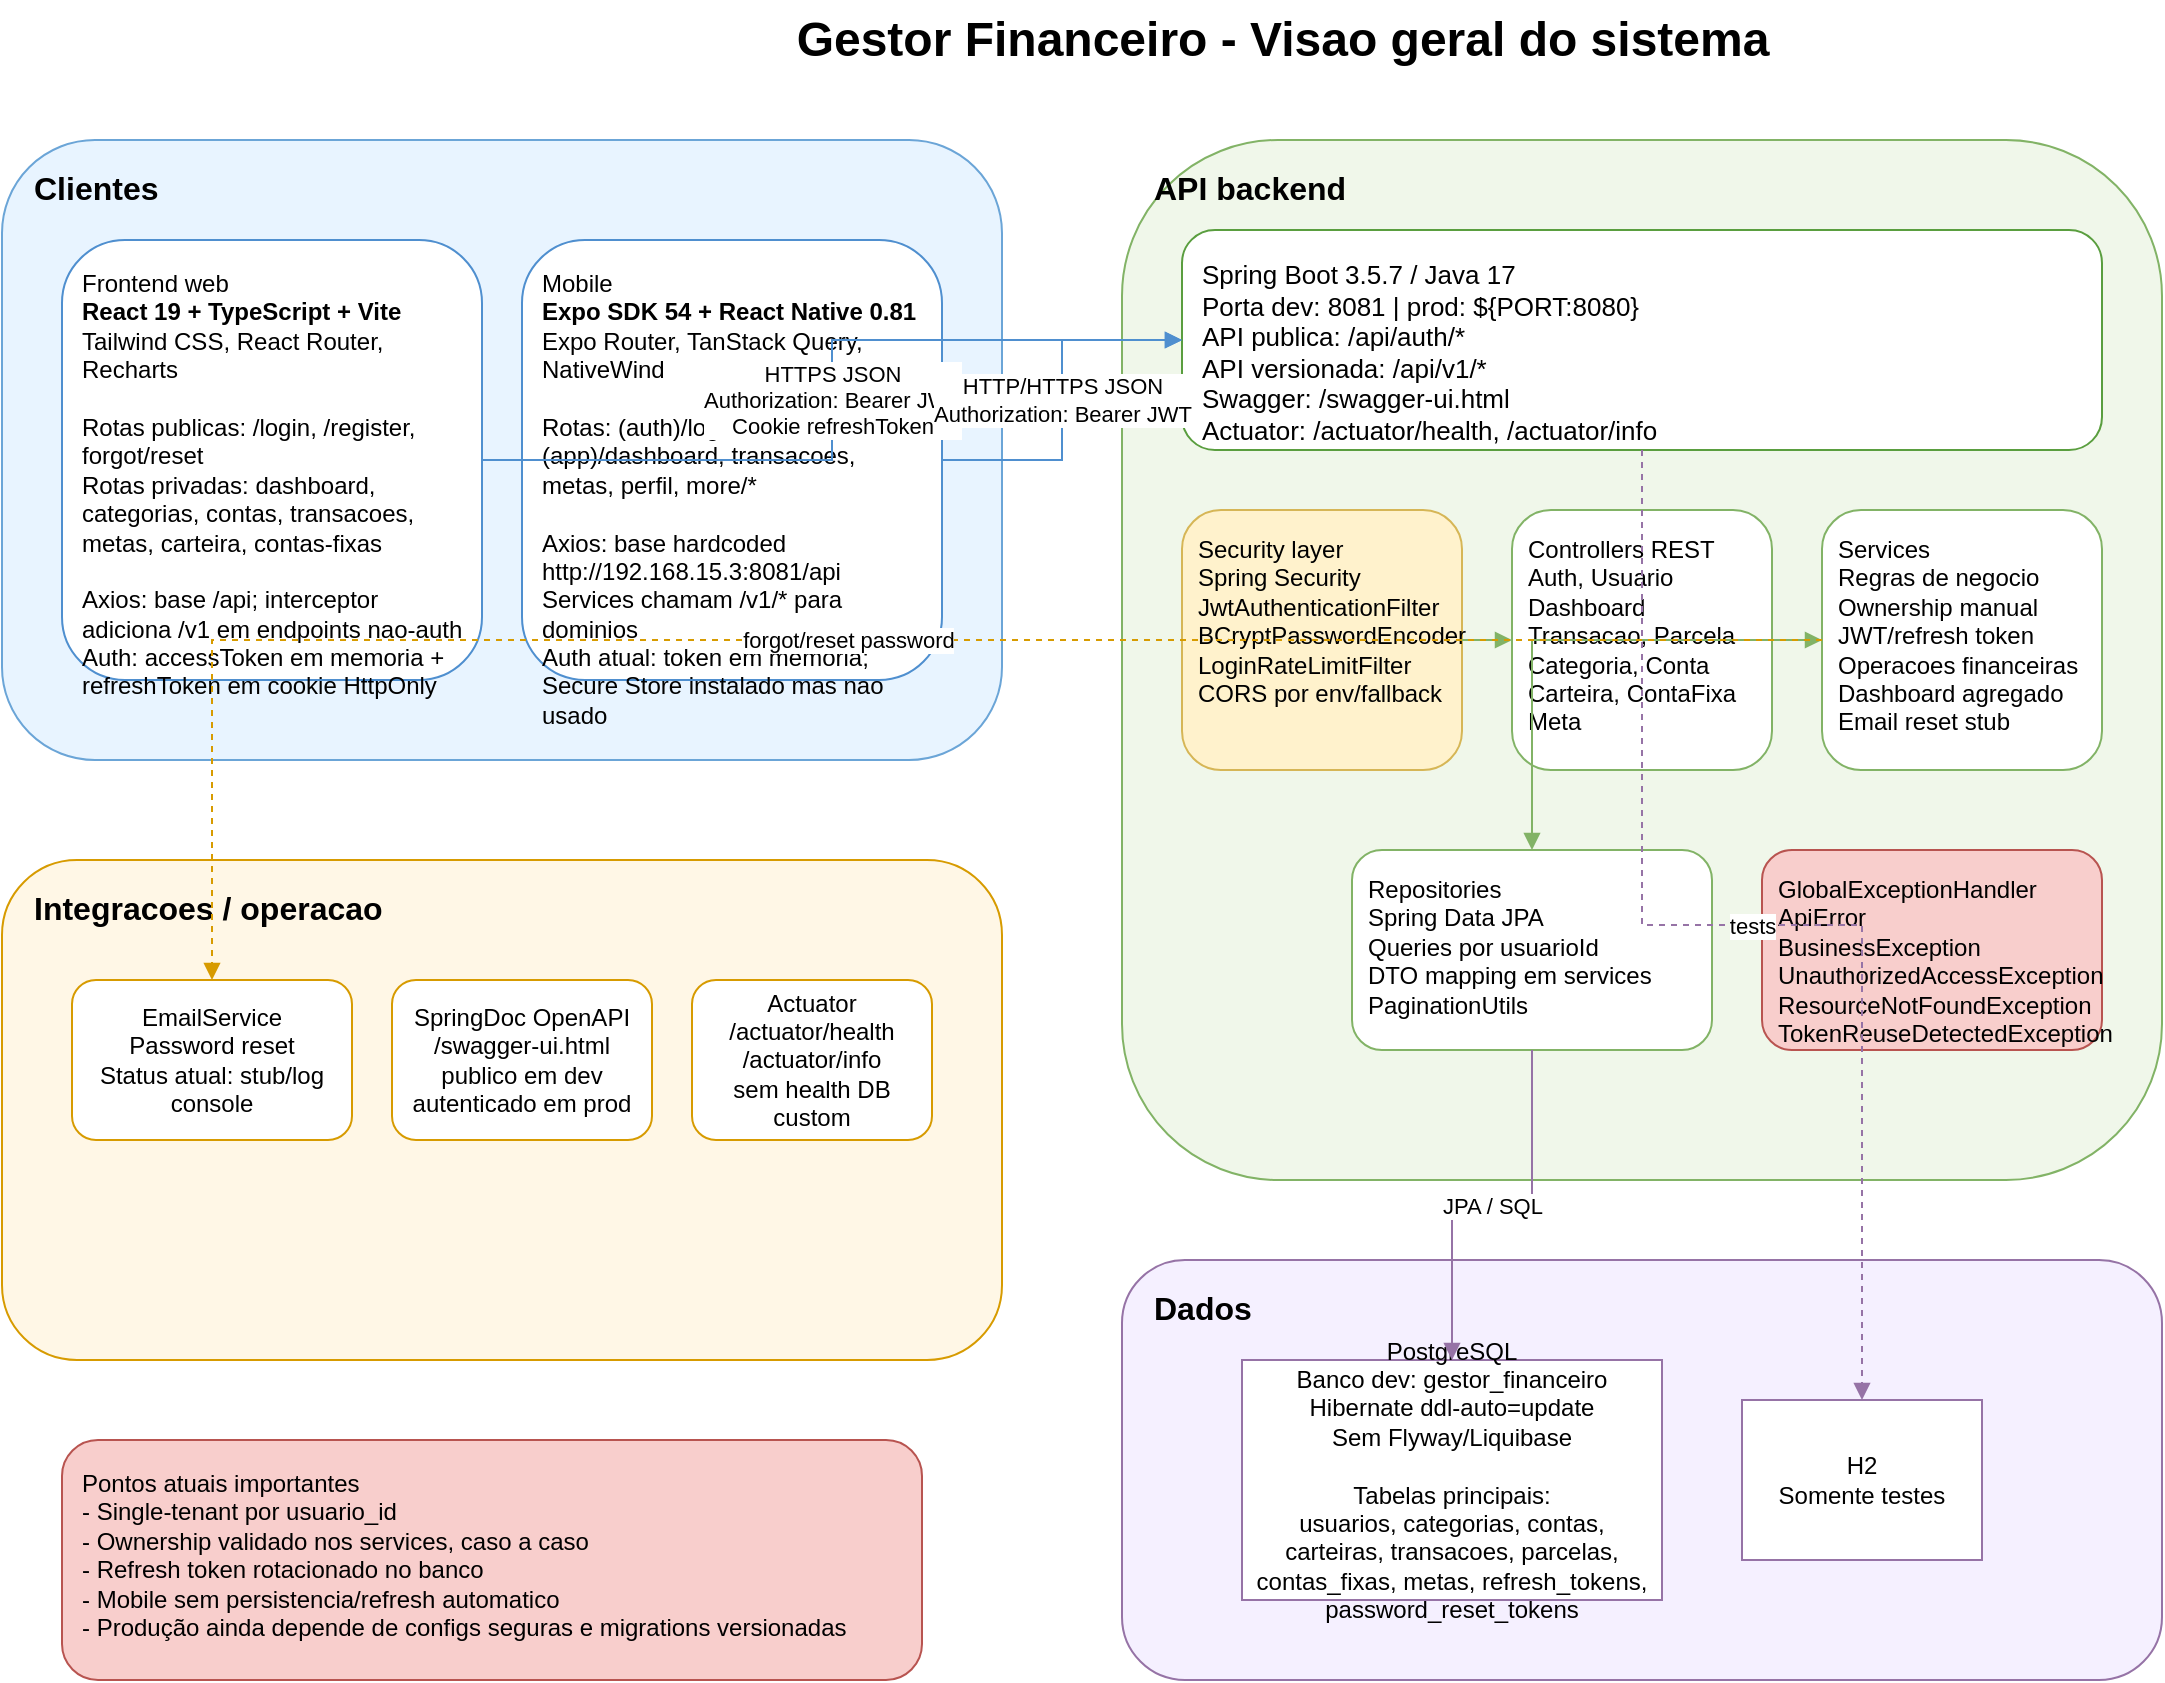
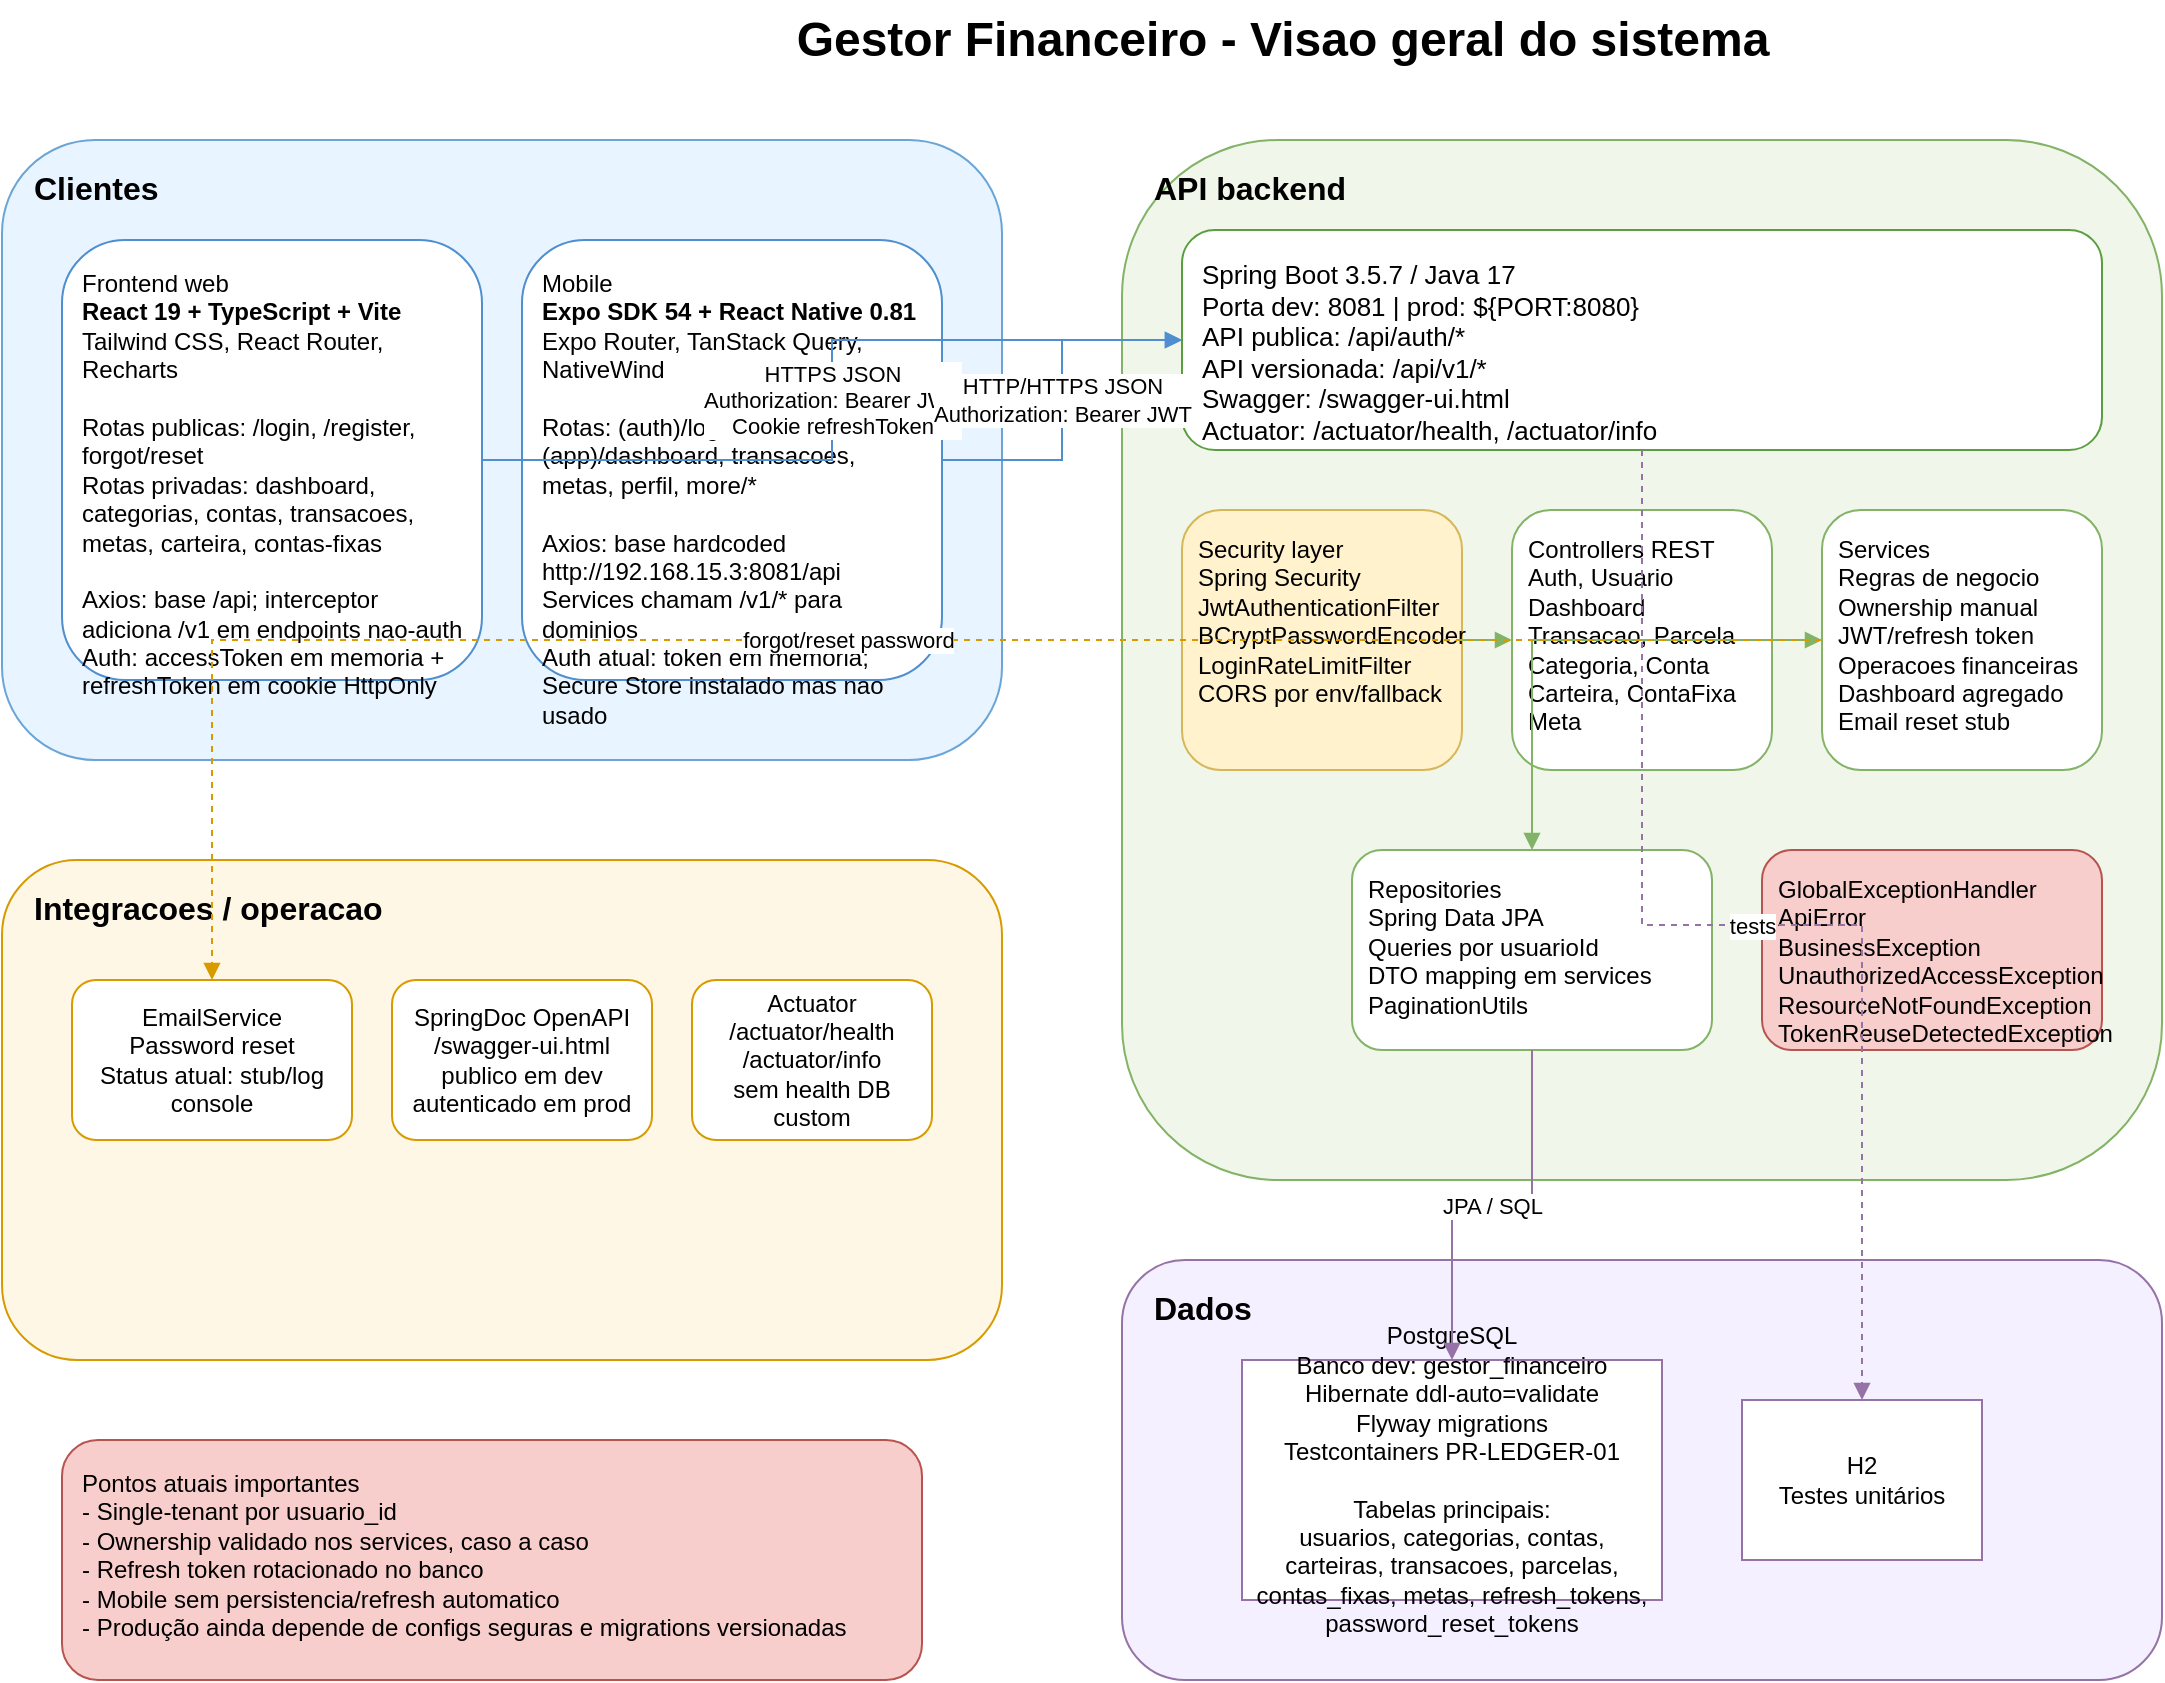
<mxfile host="65bd71144e">
    <diagram id="arquitetura" name="01 Arquitetura">
        <mxGraphModel dx="336" dy="670" grid="1" gridSize="10" guides="1" tooltips="1" connect="1" arrows="1" fold="1" page="1" pageScale="1" pageWidth="1400" pageHeight="1000" math="0" shadow="0">
            <root>
                <mxCell id="0"/>
                <mxCell id="1" parent="0"/>
                <mxCell id="arch-title" value="Gestor Financeiro - Visao geral do sistema" style="text;html=1;strokeColor=none;fillColor=none;fontSize=24;fontStyle=1;align=center;verticalAlign=middle;" parent="1" vertex="1">
                    <mxGeometry x="360" y="20" width="680" height="40" as="geometry"/>
                </mxCell>
                <mxCell id="clients-zone" value="Clientes" style="rounded=1;whiteSpace=wrap;html=1;fillColor=#E8F4FF;strokeColor=#6BA5D7;fontSize=16;fontStyle=1;align=left;verticalAlign=top;spacingLeft=14;spacingTop=8;" parent="1" vertex="1">
                    <mxGeometry x="60" y="90" width="500" height="310" as="geometry"/>
                </mxCell>
                <mxCell id="web" value="Frontend web&lt;br&gt;&lt;b&gt;React 19 + TypeScript + Vite&lt;/b&gt;&lt;br&gt;Tailwind CSS, React Router, Recharts&lt;br&gt;&lt;br&gt;Rotas publicas: /login, /register, forgot/reset&lt;br&gt;Rotas privadas: dashboard, categorias, contas, transacoes, metas, carteira, contas-fixas&lt;br&gt;&lt;br&gt;Axios: base /api; interceptor adiciona /v1 em endpoints nao-auth&lt;br&gt;Auth: accessToken em memoria + refreshToken em cookie HttpOnly" style="rounded=1;whiteSpace=wrap;html=1;fillColor=#FFFFFF;strokeColor=#4F8FCF;fontSize=12;align=left;verticalAlign=top;spacing=10;" parent="1" vertex="1">
                    <mxGeometry x="90" y="140" width="210" height="220" as="geometry"/>
                </mxCell>
                <mxCell id="mobile" value="Mobile&lt;br&gt;&lt;b&gt;Expo SDK 54 + React Native 0.81&lt;/b&gt;&lt;br&gt;Expo Router, TanStack Query, NativeWind&lt;br&gt;&lt;br&gt;Rotas: (auth)/login, (app)/dashboard, transacoes, metas, perfil, more/*&lt;br&gt;&lt;br&gt;Axios: base hardcoded http://192.168.15.3:8081/api&lt;br&gt;Services chamam /v1/* para dominios&lt;br&gt;Auth atual: token em memoria; Secure Store instalado mas nao usado" style="rounded=1;whiteSpace=wrap;html=1;fillColor=#FFFFFF;strokeColor=#4F8FCF;fontSize=12;align=left;verticalAlign=top;spacing=10;" parent="1" vertex="1">
                    <mxGeometry x="320" y="140" width="210" height="220" as="geometry"/>
                </mxCell>
                <mxCell id="api-zone" value="API backend" style="rounded=1;whiteSpace=wrap;html=1;fillColor=#F0F7EA;strokeColor=#82B366;fontSize=16;fontStyle=1;align=left;verticalAlign=top;spacingLeft=14;spacingTop=8;" parent="1" vertex="1">
                    <mxGeometry x="620" y="90" width="520" height="520" as="geometry"/>
                </mxCell>
                <mxCell id="spring" value="Spring Boot 3.5.7 / Java 17&lt;br&gt;Porta dev: 8081 | prod: ${PORT:8080}&lt;br&gt;API publica: /api/auth/*&lt;br&gt;API versionada: /api/v1/*&lt;br&gt;Swagger: /swagger-ui.html&lt;br&gt;Actuator: /actuator/health, /actuator/info" style="rounded=1;whiteSpace=wrap;html=1;fillColor=#FFFFFF;strokeColor=#5A9E3F;fontSize=13;align=left;verticalAlign=top;spacing=10;" parent="1" vertex="1">
                    <mxGeometry x="650" y="135" width="460" height="110" as="geometry"/>
                </mxCell>
                <mxCell id="security" value="Security layer&lt;br&gt;Spring Security&lt;br&gt;JwtAuthenticationFilter&lt;br&gt;BCryptPasswordEncoder&lt;br&gt;LoginRateLimitFilter&lt;br&gt;CORS por env/fallback" style="rounded=1;whiteSpace=wrap;html=1;fillColor=#FFF2CC;strokeColor=#D6B656;fontSize=12;align=left;verticalAlign=top;spacing=8;" parent="1" vertex="1">
                    <mxGeometry x="650" y="275" width="140" height="130" as="geometry"/>
                </mxCell>
                <mxCell id="controllers" value="Controllers REST&lt;br&gt;Auth, Usuario&lt;br&gt;Dashboard&lt;br&gt;Transacao, Parcela&lt;br&gt;Categoria, Conta&lt;br&gt;Carteira, ContaFixa&lt;br&gt;Meta" style="rounded=1;whiteSpace=wrap;html=1;fillColor=#FFFFFF;strokeColor=#82B366;fontSize=12;align=left;verticalAlign=top;spacing=8;" parent="1" vertex="1">
                    <mxGeometry x="815" y="275" width="130" height="130" as="geometry"/>
                </mxCell>
                <mxCell id="services" value="Services&lt;br&gt;Regras de negocio&lt;br&gt;Ownership manual&lt;br&gt;JWT/refresh token&lt;br&gt;Operacoes financeiras&lt;br&gt;Dashboard agregado&lt;br&gt;Email reset stub" style="rounded=1;whiteSpace=wrap;html=1;fillColor=#FFFFFF;strokeColor=#82B366;fontSize=12;align=left;verticalAlign=top;spacing=8;" parent="1" vertex="1">
                    <mxGeometry x="970" y="275" width="140" height="130" as="geometry"/>
                </mxCell>
                <mxCell id="repos" value="Repositories&lt;br&gt;Spring Data JPA&lt;br&gt;Queries por usuarioId&lt;br&gt;DTO mapping em services&lt;br&gt;PaginationUtils" style="rounded=1;whiteSpace=wrap;html=1;fillColor=#FFFFFF;strokeColor=#82B366;fontSize=12;align=left;verticalAlign=top;spacing=8;" parent="1" vertex="1">
                    <mxGeometry x="735" y="445" width="180" height="100" as="geometry"/>
                </mxCell>
                <mxCell id="exceptions" value="GlobalExceptionHandler&lt;br&gt;ApiError&lt;br&gt;BusinessException&lt;br&gt;UnauthorizedAccessException&lt;br&gt;ResourceNotFoundException&lt;br&gt;TokenReuseDetectedException" style="rounded=1;whiteSpace=wrap;html=1;fillColor=#F8CECC;strokeColor=#B85450;fontSize=12;align=left;verticalAlign=top;spacing=8;" parent="1" vertex="1">
                    <mxGeometry x="940" y="445" width="170" height="100" as="geometry"/>
                </mxCell>
                <mxCell id="db-zone" value="Dados" style="rounded=1;whiteSpace=wrap;html=1;fillColor=#F5F0FF;strokeColor=#9673A6;fontSize=16;fontStyle=1;align=left;verticalAlign=top;spacingLeft=14;spacingTop=8;" parent="1" vertex="1">
                    <mxGeometry x="620" y="650" width="520" height="210" as="geometry"/>
                </mxCell>
-                 <mxCell id="postgres" value="PostgreSQL&lt;br&gt;Banco dev: gestor_financeiro&lt;br&gt;Hibernate ddl-auto=update&lt;br&gt;Sem Flyway/Liquibase&lt;br&gt;&lt;br&gt;Tabelas principais:&lt;br&gt;usuarios, categorias, contas, carteiras, transacoes, parcelas, contas_fixas, metas, refresh_tokens, password_reset_tokens" style="shape=cylinder3d;whiteSpace=wrap;html=1;boundedLbl=1;backgroundOutline=1;size=15;fillColor=#FFFFFF;strokeColor=#9673A6;fontSize=12;align=center;verticalAlign=middle;spacing=8;" parent="1" vertex="1">
+                 <mxCell id="postgres" value="PostgreSQL&lt;br&gt;Banco dev: gestor_financeiro&lt;br&gt;Hibernate ddl-auto=validate&lt;br&gt;Flyway migrations&lt;br&gt;Testcontainers PR-LEDGER-01&lt;br&gt;&lt;br&gt;Tabelas principais:&lt;br&gt;usuarios, categorias, contas, carteiras, transacoes, parcelas, contas_fixas, metas, refresh_tokens, password_reset_tokens" style="shape=cylinder3d;whiteSpace=wrap;html=1;boundedLbl=1;backgroundOutline=1;size=15;fillColor=#FFFFFF;strokeColor=#9673A6;fontSize=12;align=center;verticalAlign=middle;spacing=8;" parent="1" vertex="1">
                    <mxGeometry x="680" y="700" width="210" height="120" as="geometry"/>
                </mxCell>
-                 <mxCell id="h2" value="H2&lt;br&gt;Somente testes" style="shape=cylinder3d;whiteSpace=wrap;html=1;boundedLbl=1;backgroundOutline=1;size=15;fillColor=#FFFFFF;strokeColor=#9673A6;fontSize=12;align=center;verticalAlign=middle;spacing=8;" parent="1" vertex="1">
+                 <mxCell id="h2" value="H2&lt;br&gt;Testes unitários" style="shape=cylinder3d;whiteSpace=wrap;html=1;boundedLbl=1;backgroundOutline=1;size=15;fillColor=#FFFFFF;strokeColor=#9673A6;fontSize=12;align=center;verticalAlign=middle;spacing=8;" parent="1" vertex="1">
                    <mxGeometry x="930" y="720" width="120" height="80" as="geometry"/>
                </mxCell>
                <mxCell id="external-zone" value="Integracoes / operacao" style="rounded=1;whiteSpace=wrap;html=1;fillColor=#FFF7E6;strokeColor=#D79B00;fontSize=16;fontStyle=1;align=left;verticalAlign=top;spacingLeft=14;spacingTop=8;" parent="1" vertex="1">
                    <mxGeometry x="60" y="450" width="500" height="250" as="geometry"/>
                </mxCell>
                <mxCell id="email" value="EmailService&lt;br&gt;Password reset&lt;br&gt;Status atual: stub/log console" style="rounded=1;whiteSpace=wrap;html=1;fillColor=#FFFFFF;strokeColor=#D79B00;fontSize=12;align=center;verticalAlign=middle;" parent="1" vertex="1">
                    <mxGeometry x="95" y="510" width="140" height="80" as="geometry"/>
                </mxCell>
                <mxCell id="openapi" value="SpringDoc OpenAPI&lt;br&gt;/swagger-ui.html&lt;br&gt;publico em dev&lt;br&gt;autenticado em prod" style="rounded=1;whiteSpace=wrap;html=1;fillColor=#FFFFFF;strokeColor=#D79B00;fontSize=12;align=center;verticalAlign=middle;" parent="1" vertex="1">
                    <mxGeometry x="255" y="510" width="130" height="80" as="geometry"/>
                </mxCell>
                <mxCell id="actuator" value="Actuator&lt;br&gt;/actuator/health&lt;br&gt;/actuator/info&lt;br&gt;sem health DB custom" style="rounded=1;whiteSpace=wrap;html=1;fillColor=#FFFFFF;strokeColor=#D79B00;fontSize=12;align=center;verticalAlign=middle;" parent="1" vertex="1">
                    <mxGeometry x="405" y="510" width="120" height="80" as="geometry"/>
                </mxCell>
                <mxCell id="notes" value="Pontos atuais importantes&lt;br&gt;- Single-tenant por usuario_id&lt;br&gt;- Ownership validado nos services, caso a caso&lt;br&gt;- Refresh token rotacionado no banco&lt;br&gt;- Mobile sem persistencia/refresh automatico&lt;br&gt;- Produção ainda depende de configs seguras e migrations versionadas" style="rounded=1;whiteSpace=wrap;html=1;fillColor=#F8CECC;strokeColor=#B85450;fontSize=12;align=left;verticalAlign=top;spacing=10;" parent="1" vertex="1">
                    <mxGeometry x="90" y="740" width="430" height="120" as="geometry"/>
                </mxCell>
                <mxCell id="edge-web-api" value="HTTPS JSON&lt;br&gt;Authorization: Bearer JWT&lt;br&gt;Cookie refreshToken" style="edgeStyle=orthogonalEdgeStyle;rounded=0;orthogonalLoop=1;jettySize=auto;html=1;endArrow=block;strokeColor=#4F8FCF;fontSize=11;" parent="1" source="web" target="spring" edge="1">
                    <mxGeometry relative="1" as="geometry"/>
                </mxCell>
                <mxCell id="edge-mobile-api" value="HTTP/HTTPS JSON&lt;br&gt;Authorization: Bearer JWT" style="edgeStyle=orthogonalEdgeStyle;rounded=0;orthogonalLoop=1;jettySize=auto;html=1;endArrow=block;strokeColor=#4F8FCF;fontSize=11;" parent="1" source="mobile" target="spring" edge="1">
                    <mxGeometry relative="1" as="geometry"/>
                </mxCell>
                <mxCell id="edge-sec-ctrl" value="" style="edgeStyle=orthogonalEdgeStyle;rounded=0;orthogonalLoop=1;jettySize=auto;html=1;endArrow=block;strokeColor=#82B366;" parent="1" source="security" target="controllers" edge="1">
                    <mxGeometry relative="1" as="geometry"/>
                </mxCell>
                <mxCell id="edge-ctrl-svc" value="" style="edgeStyle=orthogonalEdgeStyle;rounded=0;orthogonalLoop=1;jettySize=auto;html=1;endArrow=block;strokeColor=#82B366;" parent="1" source="controllers" target="services" edge="1">
                    <mxGeometry relative="1" as="geometry"/>
                </mxCell>
                <mxCell id="edge-svc-repo" value="" style="edgeStyle=orthogonalEdgeStyle;rounded=0;orthogonalLoop=1;jettySize=auto;html=1;endArrow=block;strokeColor=#82B366;" parent="1" source="services" target="repos" edge="1">
                    <mxGeometry relative="1" as="geometry"/>
                </mxCell>
                <mxCell id="edge-repo-db" value="JPA / SQL" style="edgeStyle=orthogonalEdgeStyle;rounded=0;orthogonalLoop=1;jettySize=auto;html=1;endArrow=block;strokeColor=#9673A6;fontSize=11;" parent="1" source="repos" target="postgres" edge="1">
                    <mxGeometry relative="1" as="geometry"/>
                </mxCell>
                <mxCell id="edge-tests-h2" value="tests" style="edgeStyle=orthogonalEdgeStyle;rounded=0;orthogonalLoop=1;jettySize=auto;html=1;endArrow=block;strokeColor=#9673A6;fontSize=11;dashed=1;" parent="1" source="spring" target="h2" edge="1">
                    <mxGeometry relative="1" as="geometry"/>
                </mxCell>
                <mxCell id="edge-email" value="forgot/reset password" style="edgeStyle=orthogonalEdgeStyle;rounded=0;orthogonalLoop=1;jettySize=auto;html=1;endArrow=block;strokeColor=#D79B00;fontSize=11;dashed=1;" parent="1" source="services" target="email" edge="1">
                    <mxGeometry relative="1" as="geometry"/>
                </mxCell>
            </root>
        </mxGraphModel>
    </diagram>
    <diagram id="auth-flow" name="02 Auth flow">
        <mxGraphModel dx="876" dy="670" grid="1" gridSize="10" guides="1" tooltips="1" connect="1" arrows="1" fold="1" page="1" pageScale="1" pageWidth="1400" pageHeight="1000" math="0" shadow="0">
            <root>
                <mxCell id="0"/>
                <mxCell id="1" parent="0"/>
                <mxCell id="auth-title" value="Fluxo de autenticacao e sessao" style="text;html=1;strokeColor=none;fillColor=none;fontSize=24;fontStyle=1;align=center;verticalAlign=middle;" parent="1" vertex="1">
                    <mxGeometry x="360" y="20" width="680" height="40" as="geometry"/>
                </mxCell>
                <mxCell id="a-user" value="Usuario&lt;br&gt;email + senha" style="rounded=1;whiteSpace=wrap;html=1;fillColor=#E8F4FF;strokeColor=#4F8FCF;fontSize=13;align=center;verticalAlign=middle;" parent="1" vertex="1">
                    <mxGeometry x="70" y="130" width="140" height="70" as="geometry"/>
                </mxCell>
                <mxCell id="a-login" value="POST /api/auth/login" style="rounded=1;whiteSpace=wrap;html=1;fillColor=#FFFFFF;strokeColor=#4F8FCF;fontSize=13;align=center;verticalAlign=middle;" parent="1" vertex="1">
                    <mxGeometry x="260" y="130" width="170" height="70" as="geometry"/>
                </mxCell>
                <mxCell id="a-rate" value="LoginRateLimitFilter&lt;br&gt;5/min/IP&lt;br&gt;forgot-password: 3/min/IP" style="rounded=1;whiteSpace=wrap;html=1;fillColor=#FFF2CC;strokeColor=#D6B656;fontSize=12;align=center;verticalAlign=middle;" parent="1" vertex="1">
                    <mxGeometry x="480" y="120" width="170" height="90" as="geometry"/>
                </mxCell>
                <mxCell id="a-controller" value="AuthController.login()" style="rounded=1;whiteSpace=wrap;html=1;fillColor=#FFFFFF;strokeColor=#82B366;fontSize=13;align=center;verticalAlign=middle;" parent="1" vertex="1">
                    <mxGeometry x="700" y="130" width="170" height="70" as="geometry"/>
                </mxCell>
                <mxCell id="a-authmgr" value="AuthenticationManager&lt;br&gt;CustomUserDetailsService&lt;br&gt;BCryptPasswordEncoder" style="rounded=1;whiteSpace=wrap;html=1;fillColor=#F0F7EA;strokeColor=#82B366;fontSize=12;align=center;verticalAlign=middle;" parent="1" vertex="1">
                    <mxGeometry x="920" y="120" width="190" height="90" as="geometry"/>
                </mxCell>
                <mxCell id="a-decision" value="Credenciais OK?" style="rhombus;whiteSpace=wrap;html=1;fillColor=#FFF2CC;strokeColor=#D6B656;fontSize=12;align=center;verticalAlign=middle;" parent="1" vertex="1">
                    <mxGeometry x="1160" y="125" width="120" height="80" as="geometry"/>
                </mxCell>
                <mxCell id="a-error" value="401&lt;br&gt;Mensagem generica&lt;br&gt;Email ou senha incorretos" style="rounded=1;whiteSpace=wrap;html=1;fillColor=#F8CECC;strokeColor=#B85450;fontSize=12;align=center;verticalAlign=middle;" parent="1" vertex="1">
                    <mxGeometry x="1125" y="250" width="190" height="80" as="geometry"/>
                </mxCell>
                <mxCell id="a-jwt" value="JwtUtil.generateToken()&lt;br&gt;HS256&lt;br&gt;expiracao: 15 min&lt;br&gt;subject: email" style="rounded=1;whiteSpace=wrap;html=1;fillColor=#FFFFFF;strokeColor=#82B366;fontSize=12;align=center;verticalAlign=middle;" parent="1" vertex="1">
                    <mxGeometry x="80" y="330" width="180" height="90" as="geometry"/>
                </mxCell>
                <mxCell id="a-refresh" value="RefreshTokenService.criarRefreshToken()&lt;br&gt;UUID v4&lt;br&gt;validade: 7 dias&lt;br&gt;revogado=false" style="rounded=1;whiteSpace=wrap;html=1;fillColor=#FFFFFF;strokeColor=#82B366;fontSize=12;align=center;verticalAlign=middle;" parent="1" vertex="1">
                    <mxGeometry x="320" y="330" width="210" height="90" as="geometry"/>
                </mxCell>
                <mxCell id="a-db" value="refresh_tokens&lt;br&gt;usuario_id&lt;br&gt;token unique&lt;br&gt;data_expiracao&lt;br&gt;data_criacao&lt;br&gt;revogado" style="shape=cylinder3d;whiteSpace=wrap;html=1;boundedLbl=1;backgroundOutline=1;size=15;fillColor=#F5F0FF;strokeColor=#9673A6;fontSize=12;align=center;verticalAlign=middle;" parent="1" vertex="1">
                    <mxGeometry x="590" y="325" width="150" height="100" as="geometry"/>
                </mxCell>
                <mxCell id="a-response" value="HTTP 200&lt;br&gt;Body: { accessToken, usuario }&lt;br&gt;Set-Cookie: refreshToken&lt;br&gt;HttpOnly, SameSite=Lax&lt;br&gt;Path=/api/auth&lt;br&gt;Secure em prod" style="rounded=1;whiteSpace=wrap;html=1;fillColor=#E8F4FF;strokeColor=#4F8FCF;fontSize=12;align=center;verticalAlign=middle;" parent="1" vertex="1">
                    <mxGeometry x="800" y="315" width="240" height="120" as="geometry"/>
                </mxCell>
                <mxCell id="a-web-store" value="Web AuthContext&lt;br&gt;accessToken em memoria&lt;br&gt;refreshToken no cookie&lt;br&gt;getMe em /api/v1/usuarios/me" style="rounded=1;whiteSpace=wrap;html=1;fillColor=#FFFFFF;strokeColor=#4F8FCF;fontSize=12;align=center;verticalAlign=middle;" parent="1" vertex="1">
                    <mxGeometry x="1100" y="350" width="210" height="100" as="geometry"/>
                </mxCell>
                <mxCell id="a-req" value="Requests protegidas&lt;br&gt;Authorization: Bearer accessToken&lt;br&gt;/api/v1/*" style="rounded=1;whiteSpace=wrap;html=1;fillColor=#FFFFFF;strokeColor=#4F8FCF;fontSize=12;align=center;verticalAlign=middle;" parent="1" vertex="1">
                    <mxGeometry x="90" y="560" width="200" height="80" as="geometry"/>
                </mxCell>
                <mxCell id="a-jwtfilter" value="JwtAuthenticationFilter&lt;br&gt;valida token&lt;br&gt;seta SecurityContext" style="rounded=1;whiteSpace=wrap;html=1;fillColor=#F0F7EA;strokeColor=#82B366;fontSize=12;align=center;verticalAlign=middle;" parent="1" vertex="1">
                    <mxGeometry x="350" y="555" width="180" height="90" as="geometry"/>
                </mxCell>
                <mxCell id="a-401" value="401 em endpoint protegido" style="rounded=1;whiteSpace=wrap;html=1;fillColor=#FFF2CC;strokeColor=#D6B656;fontSize=12;align=center;verticalAlign=middle;" parent="1" vertex="1">
                    <mxGeometry x="590" y="565" width="170" height="70" as="geometry"/>
                </mxCell>
                <mxCell id="a-refreshcall" value="Web interceptor&lt;br&gt;fila requisicoes concorrentes&lt;br&gt;POST /api/auth/refresh-token" style="rounded=1;whiteSpace=wrap;html=1;fillColor=#FFFFFF;strokeColor=#4F8FCF;fontSize=12;align=center;verticalAlign=middle;" parent="1" vertex="1">
                    <mxGeometry x="820" y="550" width="210" height="100" as="geometry"/>
                </mxCell>
                <mxCell id="a-rotate" value="RefreshTokenService&lt;br&gt;verifica expiracao/revogado&lt;br&gt;rotaciona token&lt;br&gt;reuse detectado =&gt; revoga todos tokens do usuario" style="rounded=1;whiteSpace=wrap;html=1;fillColor=#F0F7EA;strokeColor=#82B366;fontSize=12;align=center;verticalAlign=middle;" parent="1" vertex="1">
                    <mxGeometry x="1090" y="535" width="230" height="130" as="geometry"/>
                </mxCell>
                <mxCell id="a-mobile-note" value="Mobile atual&lt;br&gt;POST /api/auth/login&lt;br&gt;guarda access token em store/memoria&lt;br&gt;sem refresh automatico no interceptor&lt;br&gt;withCredentials=false" style="rounded=1;whiteSpace=wrap;html=1;fillColor=#F8CECC;strokeColor=#B85450;fontSize=12;align=left;verticalAlign=top;spacing=10;" parent="1" vertex="1">
                    <mxGeometry x="90" y="760" width="320" height="110" as="geometry"/>
                </mxCell>
                <mxCell id="a-reset-note" value="Recuperacao de senha&lt;br&gt;POST /api/auth/forgot-password cria PasswordResetToken&lt;br&gt;EmailService ainda e stub/log console&lt;br&gt;POST /api/auth/reset-password redefine senha e marca token usado" style="rounded=1;whiteSpace=wrap;html=1;fillColor=#FFF7E6;strokeColor=#D79B00;fontSize=12;align=left;verticalAlign=top;spacing=10;" parent="1" vertex="1">
                    <mxGeometry x="470" y="760" width="390" height="110" as="geometry"/>
                </mxCell>
                <mxCell id="ae1" value="" style="edgeStyle=orthogonalEdgeStyle;rounded=0;orthogonalLoop=1;jettySize=auto;html=1;endArrow=block;strokeColor=#4F8FCF;" parent="1" source="a-user" target="a-login" edge="1">
                    <mxGeometry relative="1" as="geometry"/>
                </mxCell>
                <mxCell id="ae2" value="" style="edgeStyle=orthogonalEdgeStyle;rounded=0;orthogonalLoop=1;jettySize=auto;html=1;endArrow=block;strokeColor=#4F8FCF;" parent="1" source="a-login" target="a-rate" edge="1">
                    <mxGeometry relative="1" as="geometry"/>
                </mxCell>
                <mxCell id="ae3" value="" style="edgeStyle=orthogonalEdgeStyle;rounded=0;orthogonalLoop=1;jettySize=auto;html=1;endArrow=block;strokeColor=#82B366;" parent="1" source="a-rate" target="a-controller" edge="1">
                    <mxGeometry relative="1" as="geometry"/>
                </mxCell>
                <mxCell id="ae4" value="" style="edgeStyle=orthogonalEdgeStyle;rounded=0;orthogonalLoop=1;jettySize=auto;html=1;endArrow=block;strokeColor=#82B366;" parent="1" source="a-controller" target="a-authmgr" edge="1">
                    <mxGeometry relative="1" as="geometry"/>
                </mxCell>
                <mxCell id="ae5" value="" style="edgeStyle=orthogonalEdgeStyle;rounded=0;orthogonalLoop=1;jettySize=auto;html=1;endArrow=block;strokeColor=#82B366;" parent="1" source="a-authmgr" target="a-decision" edge="1">
                    <mxGeometry relative="1" as="geometry"/>
                </mxCell>
                <mxCell id="ae6" value="nao" style="edgeStyle=orthogonalEdgeStyle;rounded=0;orthogonalLoop=1;jettySize=auto;html=1;endArrow=block;strokeColor=#B85450;fontSize=11;" parent="1" source="a-decision" target="a-error" edge="1">
                    <mxGeometry relative="1" as="geometry"/>
                </mxCell>
                <mxCell id="ae7" value="sim" style="edgeStyle=orthogonalEdgeStyle;rounded=0;orthogonalLoop=1;jettySize=auto;html=1;endArrow=block;strokeColor=#82B366;fontSize=11;" parent="1" source="a-decision" target="a-jwt" edge="1">
                    <mxGeometry relative="1" as="geometry"/>
                </mxCell>
                <mxCell id="ae8" value="" style="edgeStyle=orthogonalEdgeStyle;rounded=0;orthogonalLoop=1;jettySize=auto;html=1;endArrow=block;strokeColor=#82B366;" parent="1" source="a-jwt" target="a-refresh" edge="1">
                    <mxGeometry relative="1" as="geometry"/>
                </mxCell>
                <mxCell id="ae9" value="persistir" style="edgeStyle=orthogonalEdgeStyle;rounded=0;orthogonalLoop=1;jettySize=auto;html=1;endArrow=block;strokeColor=#9673A6;fontSize=11;" parent="1" source="a-refresh" target="a-db" edge="1">
                    <mxGeometry relative="1" as="geometry"/>
                </mxCell>
                <mxCell id="ae10" value="" style="edgeStyle=orthogonalEdgeStyle;rounded=0;orthogonalLoop=1;jettySize=auto;html=1;endArrow=block;strokeColor=#4F8FCF;" parent="1" source="a-db" target="a-response" edge="1">
                    <mxGeometry relative="1" as="geometry"/>
                </mxCell>
                <mxCell id="ae11" value="" style="edgeStyle=orthogonalEdgeStyle;rounded=0;orthogonalLoop=1;jettySize=auto;html=1;endArrow=block;strokeColor=#4F8FCF;" parent="1" source="a-response" target="a-web-store" edge="1">
                    <mxGeometry relative="1" as="geometry"/>
                </mxCell>
                <mxCell id="ae12" value="" style="edgeStyle=orthogonalEdgeStyle;rounded=0;orthogonalLoop=1;jettySize=auto;html=1;endArrow=block;strokeColor=#4F8FCF;" parent="1" source="a-web-store" target="a-req" edge="1">
                    <mxGeometry relative="1" as="geometry"/>
                </mxCell>
                <mxCell id="ae13" value="" style="edgeStyle=orthogonalEdgeStyle;rounded=0;orthogonalLoop=1;jettySize=auto;html=1;endArrow=block;strokeColor=#82B366;" parent="1" source="a-req" target="a-jwtfilter" edge="1">
                    <mxGeometry relative="1" as="geometry"/>
                </mxCell>
                <mxCell id="ae14" value="se expirado" style="edgeStyle=orthogonalEdgeStyle;rounded=0;orthogonalLoop=1;jettySize=auto;html=1;endArrow=block;strokeColor=#D6B656;fontSize=11;" parent="1" source="a-jwtfilter" target="a-401" edge="1">
                    <mxGeometry relative="1" as="geometry"/>
                </mxCell>
                <mxCell id="ae15" value="" style="edgeStyle=orthogonalEdgeStyle;rounded=0;orthogonalLoop=1;jettySize=auto;html=1;endArrow=block;strokeColor=#4F8FCF;" parent="1" source="a-401" target="a-refreshcall" edge="1">
                    <mxGeometry relative="1" as="geometry"/>
                </mxCell>
                <mxCell id="ae16" value="cookie refreshToken" style="edgeStyle=orthogonalEdgeStyle;rounded=0;orthogonalLoop=1;jettySize=auto;html=1;endArrow=block;strokeColor=#82B366;fontSize=11;" parent="1" source="a-refreshcall" target="a-rotate" edge="1">
                    <mxGeometry relative="1" as="geometry"/>
                </mxCell>
                <mxCell id="ae17" value="novo accessToken + novo cookie" style="edgeStyle=orthogonalEdgeStyle;rounded=0;orthogonalLoop=1;jettySize=auto;html=1;endArrow=block;strokeColor=#4F8FCF;fontSize=11;" parent="1" source="a-rotate" target="a-web-store" edge="1">
                    <mxGeometry relative="1" as="geometry"/>
                </mxCell>
            </root>
        </mxGraphModel>
    </diagram>
    <diagram id="ownership-flow" name="03 Ownership">
        <mxGraphModel dx="876" dy="670" grid="1" gridSize="10" guides="1" tooltips="1" connect="1" arrows="1" fold="1" page="1" pageScale="1" pageWidth="1400" pageHeight="1000" math="0" shadow="0">
            <root>
                <mxCell id="0"/>
                <mxCell id="1" parent="0"/>
                <mxCell id="own-title" value="Fluxo single-tenant / ownership" style="text;html=1;strokeColor=none;fillColor=none;fontSize=24;fontStyle=1;align=center;verticalAlign=middle;" parent="1" vertex="1">
                    <mxGeometry x="360" y="20" width="680" height="40" as="geometry"/>
                </mxCell>
                <mxCell id="o-req" value="Request protegido&lt;br&gt;Ex.: GET /api/v1/transacoes/42&lt;br&gt;Authorization: Bearer eyJ..." style="rounded=1;whiteSpace=wrap;html=1;fillColor=#E8F4FF;strokeColor=#4F8FCF;fontSize=12;align=center;verticalAlign=middle;" parent="1" vertex="1">
                    <mxGeometry x="70" y="120" width="210" height="90" as="geometry"/>
                </mxCell>
                <mxCell id="o-filter" value="JwtAuthenticationFilter&lt;br&gt;valida JWT&lt;br&gt;extrai subject=email" style="rounded=1;whiteSpace=wrap;html=1;fillColor=#FFF2CC;strokeColor=#D6B656;fontSize=12;align=center;verticalAlign=middle;" parent="1" vertex="1">
                    <mxGeometry x="340" y="120" width="180" height="90" as="geometry"/>
                </mxCell>
                <mxCell id="o-context" value="SecurityContextHolder&lt;br&gt;Authentication.name = email" style="rounded=1;whiteSpace=wrap;html=1;fillColor=#F0F7EA;strokeColor=#82B366;fontSize=12;align=center;verticalAlign=middle;" parent="1" vertex="1">
                    <mxGeometry x="580" y="130" width="190" height="70" as="geometry"/>
                </mxCell>
                <mxCell id="o-authsvc" value="AuthenticatedUserService&lt;br&gt;getAuthenticatedUserId()&lt;br&gt;busca Usuario por email" style="rounded=1;whiteSpace=wrap;html=1;fillColor=#FFFFFF;strokeColor=#82B366;fontSize=12;align=center;verticalAlign=middle;" parent="1" vertex="1">
                    <mxGeometry x="830" y="115" width="210" height="100" as="geometry"/>
                </mxCell>
                <mxCell id="o-userdb" value="usuarios&lt;br&gt;id, nome, email, senha" style="shape=cylinder3d;whiteSpace=wrap;html=1;boundedLbl=1;backgroundOutline=1;size=15;fillColor=#F5F0FF;strokeColor=#9673A6;fontSize=12;align=center;verticalAlign=middle;" parent="1" vertex="1">
                    <mxGeometry x="1100" y="120" width="150" height="90" as="geometry"/>
                </mxCell>
                <mxCell id="o-controller" value="Controller do recurso&lt;br&gt;recebe id/path/query/body&lt;br&gt;nao aceita usuario_id no body" style="rounded=1;whiteSpace=wrap;html=1;fillColor=#FFFFFF;strokeColor=#82B366;fontSize=12;align=center;verticalAlign=middle;" parent="1" vertex="1">
                    <mxGeometry x="100" y="330" width="220" height="90" as="geometry"/>
                </mxCell>
                <mxCell id="o-service" value="Service&lt;br&gt;usa userId autenticado&lt;br&gt;buscarPorIdDoUsuario(id,userId)&lt;br&gt;regras de negocio" style="rounded=1;whiteSpace=wrap;html=1;fillColor=#FFFFFF;strokeColor=#82B366;fontSize=12;align=center;verticalAlign=middle;" parent="1" vertex="1">
                    <mxGeometry x="400" y="315" width="240" height="120" as="geometry"/>
                </mxCell>
                <mxCell id="o-repo" value="Repository&lt;br&gt;findByUsuarioId(...)&lt;br&gt;findById + checagem manual&lt;br&gt;queries por usuarioId" style="rounded=1;whiteSpace=wrap;html=1;fillColor=#FFFFFF;strokeColor=#82B366;fontSize=12;align=center;verticalAlign=middle;" parent="1" vertex="1">
                    <mxGeometry x="730" y="315" width="220" height="120" as="geometry"/>
                </mxCell>
                <mxCell id="o-resource" value="Recurso no banco&lt;br&gt;transacoes, categorias, contas,&lt;br&gt;carteiras, contas_fixas, metas&lt;br&gt;todas com usuario_id&lt;br&gt;parcelas herdam ownership via transacao" style="shape=cylinder3d;whiteSpace=wrap;html=1;boundedLbl=1;backgroundOutline=1;size=15;fillColor=#F5F0FF;strokeColor=#9673A6;fontSize=12;align=center;verticalAlign=middle;" parent="1" vertex="1">
                    <mxGeometry x="1030" y="300" width="230" height="140" as="geometry"/>
                </mxCell>
                <mxCell id="o-decision" value="resource.usuario.id == userId?" style="rhombus;whiteSpace=wrap;html=1;fillColor=#FFF2CC;strokeColor=#D6B656;fontSize=12;align=center;verticalAlign=middle;" parent="1" vertex="1">
                    <mxGeometry x="500" y="550" width="170" height="110" as="geometry"/>
                </mxCell>
                <mxCell id="o-ok" value="OK&lt;br&gt;retorna DTO&lt;br&gt;200/201/204" style="rounded=1;whiteSpace=wrap;html=1;fillColor=#D5E8D4;strokeColor=#82B366;fontSize=12;align=center;verticalAlign=middle;" parent="1" vertex="1">
                    <mxGeometry x="780" y="565" width="160" height="80" as="geometry"/>
                </mxCell>
                <mxCell id="o-forbid" value="Bloqueia acesso&lt;br&gt;UnauthorizedAccessException&lt;br&gt;GlobalExceptionHandler&lt;br&gt;403" style="rounded=1;whiteSpace=wrap;html=1;fillColor=#F8CECC;strokeColor=#B85450;fontSize=12;align=center;verticalAlign=middle;" parent="1" vertex="1">
                    <mxGeometry x="230" y="555" width="190" height="100" as="geometry"/>
                </mxCell>
                <mxCell id="o-list" value="Listagens&lt;br&gt;/minhas e dashboard&lt;br&gt;sempre filtram por userId&lt;br&gt;ex.: findByUsuarioId(userId, pageable)" style="rounded=1;whiteSpace=wrap;html=1;fillColor=#E8F4FF;strokeColor=#4F8FCF;fontSize=12;align=left;verticalAlign=top;spacing=10;" parent="1" vertex="1">
                    <mxGeometry x="100" y="740" width="290" height="100" as="geometry"/>
                </mxCell>
                <mxCell id="o-risk" value="Ponto de atencao documentado&lt;br&gt;Ownership e manual por service; novos endpoints podem esquecer checagem.&lt;br&gt;Auditoria tambem marcou risco em TransacaoService: categoriaId/contaId na criacao precisam validacao completa de ownership." style="rounded=1;whiteSpace=wrap;html=1;fillColor=#F8CECC;strokeColor=#B85450;fontSize=12;align=left;verticalAlign=top;spacing=10;" parent="1" vertex="1">
                    <mxGeometry x="470" y="735" width="520" height="120" as="geometry"/>
                </mxCell>
                <mxCell id="oe1" value="" style="edgeStyle=orthogonalEdgeStyle;rounded=0;orthogonalLoop=1;jettySize=auto;html=1;endArrow=block;strokeColor=#4F8FCF;" parent="1" source="o-req" target="o-filter" edge="1">
                    <mxGeometry relative="1" as="geometry"/>
                </mxCell>
                <mxCell id="oe2" value="" style="edgeStyle=orthogonalEdgeStyle;rounded=0;orthogonalLoop=1;jettySize=auto;html=1;endArrow=block;strokeColor=#82B366;" parent="1" source="o-filter" target="o-context" edge="1">
                    <mxGeometry relative="1" as="geometry"/>
                </mxCell>
                <mxCell id="oe3" value="" style="edgeStyle=orthogonalEdgeStyle;rounded=0;orthogonalLoop=1;jettySize=auto;html=1;endArrow=block;strokeColor=#82B366;" parent="1" source="o-context" target="o-authsvc" edge="1">
                    <mxGeometry relative="1" as="geometry"/>
                </mxCell>
                <mxCell id="oe4" value="SELECT por email" style="edgeStyle=orthogonalEdgeStyle;rounded=0;orthogonalLoop=1;jettySize=auto;html=1;endArrow=block;strokeColor=#9673A6;fontSize=11;" parent="1" source="o-authsvc" target="o-userdb" edge="1">
                    <mxGeometry relative="1" as="geometry"/>
                </mxCell>
                <mxCell id="oe5" value="userId" style="edgeStyle=orthogonalEdgeStyle;rounded=0;orthogonalLoop=1;jettySize=auto;html=1;endArrow=block;strokeColor=#82B366;fontSize=11;" parent="1" source="o-authsvc" target="o-controller" edge="1">
                    <mxGeometry relative="1" as="geometry"/>
                </mxCell>
                <mxCell id="oe6" value="" style="edgeStyle=orthogonalEdgeStyle;rounded=0;orthogonalLoop=1;jettySize=auto;html=1;endArrow=block;strokeColor=#82B366;" parent="1" source="o-controller" target="o-service" edge="1">
                    <mxGeometry relative="1" as="geometry"/>
                </mxCell>
                <mxCell id="oe7" value="" style="edgeStyle=orthogonalEdgeStyle;rounded=0;orthogonalLoop=1;jettySize=auto;html=1;endArrow=block;strokeColor=#82B366;" parent="1" source="o-service" target="o-repo" edge="1">
                    <mxGeometry relative="1" as="geometry"/>
                </mxCell>
                <mxCell id="oe8" value="SQL/JPA" style="edgeStyle=orthogonalEdgeStyle;rounded=0;orthogonalLoop=1;jettySize=auto;html=1;endArrow=block;strokeColor=#9673A6;fontSize=11;" parent="1" source="o-repo" target="o-resource" edge="1">
                    <mxGeometry relative="1" as="geometry"/>
                </mxCell>
                <mxCell id="oe9" value="" style="edgeStyle=orthogonalEdgeStyle;rounded=0;orthogonalLoop=1;jettySize=auto;html=1;endArrow=block;strokeColor=#D6B656;" parent="1" source="o-resource" target="o-decision" edge="1">
                    <mxGeometry relative="1" as="geometry"/>
                </mxCell>
                <mxCell id="oe10" value="sim" style="edgeStyle=orthogonalEdgeStyle;rounded=0;orthogonalLoop=1;jettySize=auto;html=1;endArrow=block;strokeColor=#82B366;fontSize=11;" parent="1" source="o-decision" target="o-ok" edge="1">
                    <mxGeometry relative="1" as="geometry"/>
                </mxCell>
                <mxCell id="oe11" value="nao" style="edgeStyle=orthogonalEdgeStyle;rounded=0;orthogonalLoop=1;jettySize=auto;html=1;endArrow=block;strokeColor=#B85450;fontSize=11;" parent="1" source="o-decision" target="o-forbid" edge="1">
                    <mxGeometry relative="1" as="geometry"/>
                </mxCell>
            </root>
        </mxGraphModel>
    </diagram>
    <diagram id="erd" name="04 ERD">
        <mxGraphModel dx="876" dy="670" grid="1" gridSize="10" guides="1" tooltips="1" connect="1" arrows="1" fold="1" page="1" pageScale="1" pageWidth="1400" pageHeight="1000" math="0" shadow="0">
            <root>
                <mxCell id="0"/>
                <mxCell id="1" parent="0"/>
                <mxCell id="erd-title" value="Modelo de dados - entidades JPA principais" style="text;html=1;strokeColor=none;fillColor=none;fontSize=24;fontStyle=1;align=center;verticalAlign=middle;" parent="1" vertex="1">
                    <mxGeometry x="360" y="20" width="680" height="40" as="geometry"/>
                </mxCell>
                <mxCell id="e-usuario" value="usuarios&lt;br&gt;&lt;b&gt;Usuario&lt;/b&gt;&lt;br&gt;id&lt;br&gt;nome&lt;br&gt;email unique&lt;br&gt;senha" style="rounded=0;whiteSpace=wrap;html=1;fillColor=#E8F4FF;strokeColor=#4F8FCF;fontSize=12;align=left;verticalAlign=top;spacing=8;" parent="1" vertex="1">
                    <mxGeometry x="590" y="90" width="180" height="120" as="geometry"/>
                </mxCell>
                <mxCell id="e-categoria" value="categorias&lt;br&gt;&lt;b&gt;Categoria&lt;/b&gt;&lt;br&gt;id&lt;br&gt;usuario_id FK&lt;br&gt;nome, cor, icone&lt;br&gt;valorEsperado&lt;br&gt;valorGasto&lt;br&gt;ativo" style="rounded=0;whiteSpace=wrap;html=1;fillColor=#FFFFFF;strokeColor=#82B366;fontSize=12;align=left;verticalAlign=top;spacing=8;" parent="1" vertex="1">
                    <mxGeometry x="70" y="280" width="180" height="160" as="geometry"/>
                </mxCell>
                <mxCell id="e-conta" value="contas&lt;br&gt;&lt;b&gt;Conta&lt;/b&gt;&lt;br&gt;id&lt;br&gt;usuario_id FK&lt;br&gt;nome&lt;br&gt;tipo CREDITO/DEBITO/DINHEIRO/POUPANCA&lt;br&gt;limiteTotal, limiteUsado&lt;br&gt;saldo, dataFechamento, cor, icone, ativo" style="rounded=0;whiteSpace=wrap;html=1;fillColor=#FFFFFF;strokeColor=#82B366;fontSize=12;align=left;verticalAlign=top;spacing=8;" parent="1" vertex="1">
                    <mxGeometry x="300" y="260" width="220" height="190" as="geometry"/>
                </mxCell>
                <mxCell id="e-carteira" value="carteiras&lt;br&gt;&lt;b&gt;Carteira&lt;/b&gt;&lt;br&gt;id&lt;br&gt;usuario_id FK&lt;br&gt;nome&lt;br&gt;tipo DINHEIRO/CONTA_BANCARIA/POUPANCA&lt;br&gt;saldo&lt;br&gt;banco" style="rounded=0;whiteSpace=wrap;html=1;fillColor=#FFFFFF;strokeColor=#82B366;fontSize=12;align=left;verticalAlign=top;spacing=8;" parent="1" vertex="1">
                    <mxGeometry x="570" y="290" width="180" height="150" as="geometry"/>
                </mxCell>
                <mxCell id="e-meta" value="metas&lt;br&gt;&lt;b&gt;Meta&lt;/b&gt;&lt;br&gt;id&lt;br&gt;usuario_id FK&lt;br&gt;nome&lt;br&gt;valorTotal&lt;br&gt;valorReservado&lt;br&gt;valorMensal&lt;br&gt;dataPrevista&lt;br&gt;ativa, cor, icone, descricao" style="rounded=0;whiteSpace=wrap;html=1;fillColor=#FFFFFF;strokeColor=#82B366;fontSize=12;align=left;verticalAlign=top;spacing=8;" parent="1" vertex="1">
                    <mxGeometry x="800" y="280" width="200" height="170" as="geometry"/>
                </mxCell>
                <mxCell id="e-token" value="refresh_tokens&lt;br&gt;&lt;b&gt;RefreshToken&lt;/b&gt;&lt;br&gt;id&lt;br&gt;usuario_id FK&lt;br&gt;token unique&lt;br&gt;data_expiracao&lt;br&gt;data_criacao&lt;br&gt;revogado" style="rounded=0;whiteSpace=wrap;html=1;fillColor=#FFF2CC;strokeColor=#D6B656;fontSize=12;align=left;verticalAlign=top;spacing=8;" parent="1" vertex="1">
                    <mxGeometry x="1050" y="260" width="190" height="160" as="geometry"/>
                </mxCell>
                <mxCell id="e-reset" value="password_reset_tokens&lt;br&gt;&lt;b&gt;PasswordResetToken&lt;/b&gt;&lt;br&gt;id&lt;br&gt;usuario_id FK&lt;br&gt;token unique&lt;br&gt;dataExpiracao&lt;br&gt;usado" style="rounded=0;whiteSpace=wrap;html=1;fillColor=#FFF2CC;strokeColor=#D6B656;fontSize=12;align=left;verticalAlign=top;spacing=8;" parent="1" vertex="1">
                    <mxGeometry x="1050" y="470" width="190" height="140" as="geometry"/>
                </mxCell>
                <mxCell id="e-transacao" value="transacoes&lt;br&gt;&lt;b&gt;Transacao&lt;/b&gt;&lt;br&gt;id&lt;br&gt;usuario_id FK&lt;br&gt;conta_id FK opcional&lt;br&gt;categoria_id FK opcional&lt;br&gt;descricao&lt;br&gt;valorTotal&lt;br&gt;tipo ENTRADA/SAIDA&lt;br&gt;data&lt;br&gt;status&lt;br&gt;parcelado, numeroParcelas&lt;br&gt;valorParcela, observacoes, ativo" style="rounded=0;whiteSpace=wrap;html=1;fillColor=#FFFFFF;strokeColor=#82B366;fontSize=12;align=left;verticalAlign=top;spacing=8;" parent="1" vertex="1">
                    <mxGeometry x="320" y="570" width="230" height="230" as="geometry"/>
                </mxCell>
                <mxCell id="e-parcela" value="parcelas&lt;br&gt;&lt;b&gt;Parcela&lt;/b&gt;&lt;br&gt;id&lt;br&gt;transacao_id FK&lt;br&gt;numeroParcela&lt;br&gt;totalParcelas&lt;br&gt;valor&lt;br&gt;dataVencimento&lt;br&gt;status PAGO/PENDENTE/ATRASADO/CANCELADO&lt;br&gt;dataPagamento" style="rounded=0;whiteSpace=wrap;html=1;fillColor=#FFFFFF;strokeColor=#82B366;fontSize=12;align=left;verticalAlign=top;spacing=8;" parent="1" vertex="1">
                    <mxGeometry x="620" y="610" width="220" height="180" as="geometry"/>
                </mxCell>
                <mxCell id="e-contafixa" value="contas_fixas&lt;br&gt;&lt;b&gt;ContaFixa&lt;/b&gt;&lt;br&gt;id&lt;br&gt;usuario_id FK&lt;br&gt;categoria_id FK opcional&lt;br&gt;nome&lt;br&gt;valorPlanejado&lt;br&gt;valorReal&lt;br&gt;diaVencimento&lt;br&gt;dataPagamento&lt;br&gt;status, recorrente, ativa, observacoes" style="rounded=0;whiteSpace=wrap;html=1;fillColor=#FFFFFF;strokeColor=#82B366;fontSize=12;align=left;verticalAlign=top;spacing=8;" parent="1" vertex="1">
                    <mxGeometry x="70" y="580" width="210" height="210" as="geometry"/>
                </mxCell>
                <mxCell id="e-note" value="Cardinalidades refletem FKs reais no codigo JPA.&lt;br&gt;Usuario e raiz de ownership single-tenant.&lt;br&gt;Categoria e Conta sao opcionais em Transacao; Categoria opcional em ContaFixa.&lt;br&gt;Parcela pertence a Transacao, nao diretamente a Usuario." style="rounded=1;whiteSpace=wrap;html=1;fillColor=#F8CECC;strokeColor=#B85450;fontSize=12;align=left;verticalAlign=top;spacing=10;" parent="1" vertex="1">
                    <mxGeometry x="900" y="690" width="350" height="120" as="geometry"/>
                </mxCell>
                <mxCell id="er1" value="1:N" style="edgeStyle=orthogonalEdgeStyle;rounded=0;orthogonalLoop=1;jettySize=auto;html=1;endArrow=ERmany;startArrow=ERone;strokeColor=#82B366;fontSize=11;" parent="1" source="e-usuario" target="e-categoria" edge="1">
                    <mxGeometry relative="1" as="geometry"/>
                </mxCell>
                <mxCell id="er2" value="1:N" style="edgeStyle=orthogonalEdgeStyle;rounded=0;orthogonalLoop=1;jettySize=auto;html=1;endArrow=ERmany;startArrow=ERone;strokeColor=#82B366;fontSize=11;" parent="1" source="e-usuario" target="e-conta" edge="1">
                    <mxGeometry relative="1" as="geometry"/>
                </mxCell>
                <mxCell id="er3" value="1:N" style="edgeStyle=orthogonalEdgeStyle;rounded=0;orthogonalLoop=1;jettySize=auto;html=1;endArrow=ERmany;startArrow=ERone;strokeColor=#82B366;fontSize=11;" parent="1" source="e-usuario" target="e-carteira" edge="1">
                    <mxGeometry relative="1" as="geometry"/>
                </mxCell>
                <mxCell id="er4" value="1:N" style="edgeStyle=orthogonalEdgeStyle;rounded=0;orthogonalLoop=1;jettySize=auto;html=1;endArrow=ERmany;startArrow=ERone;strokeColor=#82B366;fontSize=11;" parent="1" source="e-usuario" target="e-meta" edge="1">
                    <mxGeometry relative="1" as="geometry"/>
                </mxCell>
                <mxCell id="er5" value="1:N" style="edgeStyle=orthogonalEdgeStyle;rounded=0;orthogonalLoop=1;jettySize=auto;html=1;endArrow=ERmany;startArrow=ERone;strokeColor=#82B366;fontSize=11;" parent="1" source="e-usuario" target="e-token" edge="1">
                    <mxGeometry relative="1" as="geometry"/>
                </mxCell>
                <mxCell id="er6" value="1:N" style="edgeStyle=orthogonalEdgeStyle;rounded=0;orthogonalLoop=1;jettySize=auto;html=1;endArrow=ERmany;startArrow=ERone;strokeColor=#82B366;fontSize=11;" parent="1" source="e-usuario" target="e-reset" edge="1">
                    <mxGeometry relative="1" as="geometry"/>
                </mxCell>
                <mxCell id="er7" value="1:N" style="edgeStyle=orthogonalEdgeStyle;rounded=0;orthogonalLoop=1;jettySize=auto;html=1;endArrow=ERmany;startArrow=ERone;strokeColor=#82B366;fontSize=11;" parent="1" source="e-usuario" target="e-transacao" edge="1">
                    <mxGeometry relative="1" as="geometry"/>
                </mxCell>
                <mxCell id="er8" value="1:N" style="edgeStyle=orthogonalEdgeStyle;rounded=0;orthogonalLoop=1;jettySize=auto;html=1;endArrow=ERmany;startArrow=ERone;strokeColor=#82B366;fontSize=11;" parent="1" source="e-usuario" target="e-contafixa" edge="1">
                    <mxGeometry relative="1" as="geometry"/>
                </mxCell>
                <mxCell id="er9" value="1:N opcional" style="edgeStyle=orthogonalEdgeStyle;rounded=0;orthogonalLoop=1;jettySize=auto;html=1;endArrow=ERmany;startArrow=ERone;strokeColor=#4F8FCF;fontSize=11;" parent="1" source="e-categoria" target="e-transacao" edge="1">
                    <mxGeometry relative="1" as="geometry"/>
                </mxCell>
                <mxCell id="er10" value="1:N opcional" style="edgeStyle=orthogonalEdgeStyle;rounded=0;orthogonalLoop=1;jettySize=auto;html=1;endArrow=ERmany;startArrow=ERone;strokeColor=#4F8FCF;fontSize=11;" parent="1" source="e-conta" target="e-transacao" edge="1">
                    <mxGeometry relative="1" as="geometry"/>
                </mxCell>
                <mxCell id="er11" value="1:N" style="edgeStyle=orthogonalEdgeStyle;rounded=0;orthogonalLoop=1;jettySize=auto;html=1;endArrow=ERmany;startArrow=ERone;strokeColor=#4F8FCF;fontSize=11;" parent="1" source="e-transacao" target="e-parcela" edge="1">
                    <mxGeometry relative="1" as="geometry"/>
                </mxCell>
                <mxCell id="er12" value="1:N opcional" style="edgeStyle=orthogonalEdgeStyle;rounded=0;orthogonalLoop=1;jettySize=auto;html=1;endArrow=ERmany;startArrow=ERone;strokeColor=#4F8FCF;fontSize=11;" parent="1" source="e-categoria" target="e-contafixa" edge="1">
                    <mxGeometry relative="1" as="geometry"/>
                </mxCell>
            </root>
        </mxGraphModel>
    </diagram>
- </mxfile>+ </mxfile>
